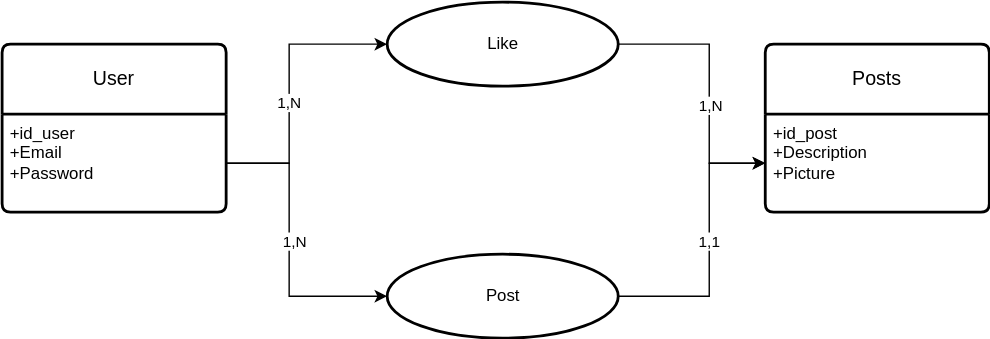
Before: Diagram/Modélisation DB.drawio.svg, a diagram exported from draw.io (Muking3/Project_API_Twitter). Source tidied: cells renumbered, new cells last; positions are measured from the earlier drawing's top-left corner, leaving out a move shared by most shapes.
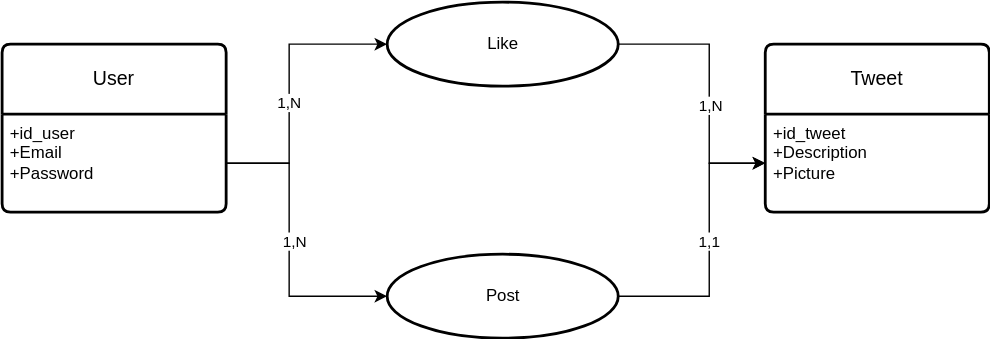
Later version of the same file.

Commit message:
Mettre à jour Modélisation DB.drawio.svg

What changed in the source:
```diff
@@ -8,10 +8,10 @@
     <mxCell id="3" value="+id_user&lt;br&gt;+Email&lt;br&gt;+Password" style="align=left;strokeColor=none;fillColor=none;spacingLeft=4;fontSize=12;verticalAlign=top;html=1;" parent="2" vertex="1">
       <mxGeometry y="50" width="160" height="70" as="geometry" />
     </mxCell>
-    <mxCell id="4" value="Posts" style="swimlane;horizontal=1;startSize=50;rounded=1;fontSize=14;fontStyle=0;strokeWidth=2;shadow=0;dashed=0;align=center;arcSize=4;whiteSpace=wrap;html=1;" parent="1" vertex="1">
+    <mxCell id="4" value="Tweet" style="swimlane;horizontal=1;startSize=50;rounded=1;fontSize=14;fontStyle=0;strokeWidth=2;shadow=0;dashed=0;align=center;arcSize=4;whiteSpace=wrap;html=1;" parent="1" vertex="1">
       <mxGeometry x="545" y="30" width="160" height="120" as="geometry" />
     </mxCell>
-    <mxCell id="5" value="+id_post&lt;br&gt;+Description&lt;br&gt;+Picture" style="align=left;strokeColor=none;fillColor=none;spacingLeft=4;fontSize=12;verticalAlign=top;html=1;" parent="4" vertex="1">
+    <mxCell id="5" value="+id_tweet&lt;br&gt;+Description&lt;br&gt;+Picture" style="align=left;strokeColor=none;fillColor=none;spacingLeft=4;fontSize=12;verticalAlign=top;html=1;" parent="4" vertex="1">
       <mxGeometry y="50" width="160" height="70" as="geometry" />
     </mxCell>
     <mxCell id="6" style="edgeStyle=orthogonalEdgeStyle;rounded=0;jettySize=auto;html=1;" parent="1" edge="1" source="8" target="5">
```
